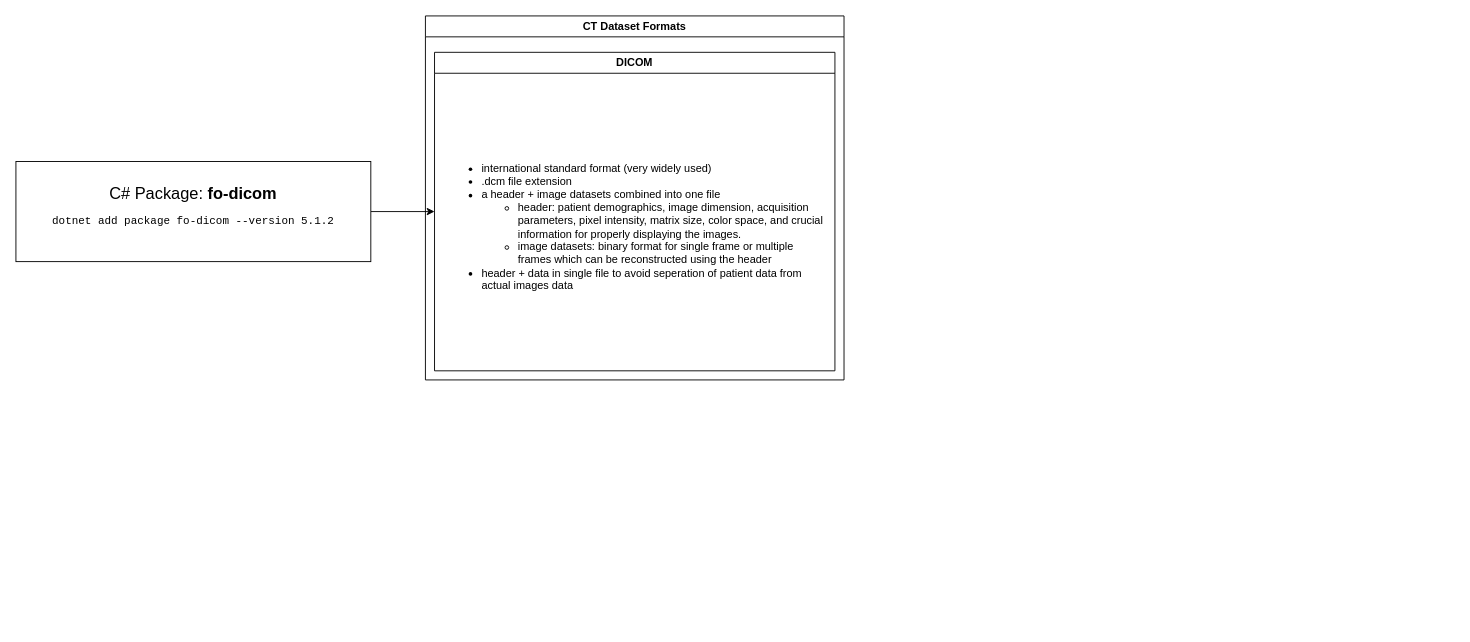
Before: importer.drawio in walcht/Unity-CTVisualizer, a draw.io diagram. Source tidied: cells renumbered, new cells numbered last; positions are measured from the earlier drawing's top-left corner, leaving out a move shared by most shapes. Both pictures are drawn from the tidied source at 91%, with x=0, y=0 at pixel (15, 15).
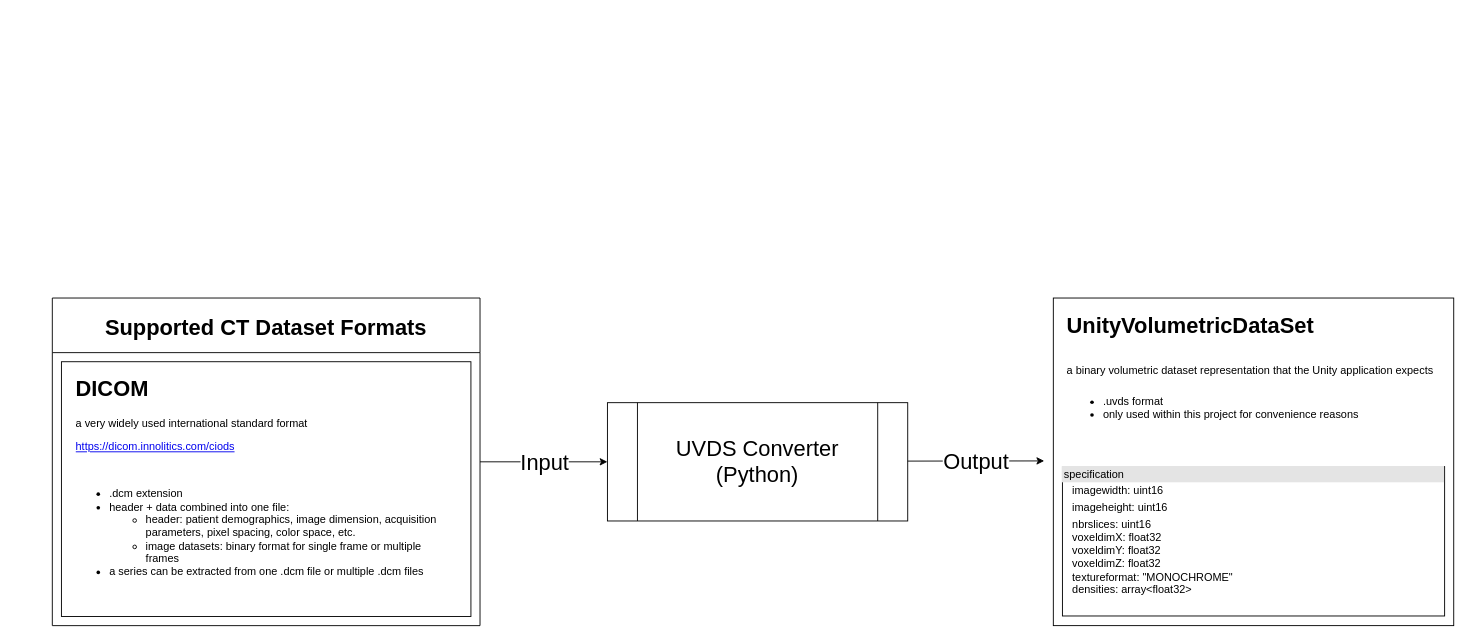
The same page after the edit.

Commit message (it also covers changes not shown here):
improve readme; imrove workflow docs;

The edit, as a diff of the source:
```diff
@@
 <mxGraphModel>
   <root>
     <mxCell id="0" />
     <mxCell id="1" parent="0" />
-    <mxCell id="2" value="CT Dataset Formats" style="swimlane;whiteSpace=wrap;html=1;" parent="1" vertex="1">
-      <mxGeometry x="450" width="460" height="400" as="geometry" />
-    </mxCell>
-    <mxCell id="3" value="DICOM" style="swimlane;whiteSpace=wrap;html=1;" parent="2" vertex="1">
-      <mxGeometry x="10" y="40" width="440" height="350" as="geometry" />
-    </mxCell>
+    <mxCell id="7" value="&lt;font style=&quot;font-size: 24px;&quot;&gt;UVDS Converter&lt;br&gt;(Python)&lt;br&gt;&lt;/font&gt;" style="shape=process;whiteSpace=wrap;html=1;backgroundOutline=1;" parent="1" vertex="1">
+      <mxGeometry x="650" y="425" width="330" height="130" as="geometry" />
+    </mxCell>
+    <mxCell id="8" value="Supported CT Dataset Formats" style="swimlane;fontSize=24;startSize=60;" parent="1" vertex="1">
+      <mxGeometry x="40" y="310" width="470" height="360" as="geometry" />
+    </mxCell>
+    <mxCell id="9" style="group;" parent="8" vertex="1">
+      <mxGeometry x="10" y="70" width="450" height="280" as="geometry" />
+    </mxCell>
+    <mxCell id="10" style="rounded=0;whiteSpace=wrap;html=1;" parent="9" vertex="1">
+      <mxGeometry width="450" height="280" as="geometry" />
+    </mxCell>
+    <mxCell id="11" value="&lt;h1&gt;DICOM&lt;/h1&gt;&lt;p&gt;a very widely used international standard format&lt;/p&gt;&lt;p&gt;&lt;a href=&quot;https://dicom.innolitics.com/ciods&quot;&gt;https://dicom.innolitics.com/ciods&lt;/a&gt;&lt;br&gt;&lt;/p&gt;" style="text;html=1;strokeColor=none;fillColor=none;spacing=5;spacingTop=-20;whiteSpace=wrap;overflow=hidden;rounded=0;" parent="9" vertex="1">
+      <mxGeometry x="10.7" y="9.7" width="417.9" height="96.6" as="geometry" />
+    </mxCell>
-    <mxCell id="4" value="&lt;div&gt;&amp;nbsp;&lt;/div&gt;&lt;ul&gt;&lt;li&gt;international standard format (very widely used)&lt;/li&gt;&lt;li&gt;.dcm file extension&lt;/li&gt;&lt;li&gt;a header + image datasets combined into one file&lt;br&gt;&lt;/li&gt;&lt;ul&gt;&lt;li&gt;header: patient demographics, image dimension, acquisition parameters, pixel intensity, matrix size, color space, and crucial information for properly displaying the images.&lt;/li&gt;&lt;li&gt;image datasets: binary format for single frame or multiple frames which can be reconstructed using the header&lt;/li&gt;&lt;/ul&gt;&lt;li&gt;header + data in single file to avoid seperation of patient data from actual images data&lt;/li&gt;&lt;/ul&gt;" style="text;strokeColor=none;fillColor=none;html=1;whiteSpace=wrap;verticalAlign=middle;overflow=hidden;" parent="3" vertex="1">
-      <mxGeometry x="10" y="30" width="420" height="310" as="geometry" />
+    <mxCell id="4" value="&lt;ul&gt;&lt;li&gt;.dcm extension&lt;/li&gt;&lt;li&gt;header + data combined into one file:&lt;br&gt;&lt;/li&gt;&lt;ul&gt;&lt;li&gt;header: patient demographics, image dimension, acquisition parameters, pixel spacing, color space, etc.&lt;/li&gt;&lt;li&gt;image datasets: binary format for single frame or multiple frames&lt;/li&gt;&lt;/ul&gt;&lt;li&gt;a series can be extracted from one .dcm file or multiple .dcm files&lt;/li&gt;&lt;/ul&gt;" style="text;strokeColor=none;fillColor=none;html=1;whiteSpace=wrap;verticalAlign=middle;overflow=hidden;align=left;" parent="9" vertex="1">
+      <mxGeometry x="10.7" y="106.2" width="407.1" height="164.1" as="geometry" />
     </mxCell>
-    <mxCell id="5" style="edgeStyle=none;html=1;entryX=0;entryY=0.5;entryDx=0;entryDy=0;fontSize=18;" parent="1" edge="1" source="6" target="3">
-      <mxGeometry relative="1" as="geometry" />
-    </mxCell>
-    <mxCell id="6" value="&lt;font style=&quot;font-size: 18px;&quot;&gt;&lt;font style=&quot;&quot;&gt;C# Package:&amp;nbsp;&lt;/font&gt;&lt;span style=&quot;background-color: initial;&quot;&gt;&lt;b&gt;fo-dicom&lt;/b&gt;&lt;br&gt;&lt;/span&gt;&lt;/font&gt;&lt;pre id=&quot;dotnet-cli-text&quot; class=&quot;install-script&quot;&gt;&lt;span class=&quot;install-command-row&quot;&gt;dotnet add package fo-dicom --version 5.1.2&lt;/span&gt;&lt;/pre&gt;" style="rounded=0;whiteSpace=wrap;html=1;" parent="1" vertex="1">
-      <mxGeometry y="160" width="390" height="110" as="geometry" />
-    </mxCell>
+    <mxCell id="12" style="endArrow=classic;html=1;fontSize=24;entryX=0;entryY=0.5;entryDx=0;entryDy=0;" parent="1" edge="1" target="7">
+      <mxGeometry relative="1" as="geometry">
+        <mxPoint x="510" y="490" as="sourcePoint" />
+      </mxGeometry>
+    </mxCell>
+    <mxCell id="13" value="Input" style="edgeLabel;html=1;align=center;verticalAlign=middle;fontSize=24;" parent="12" vertex="1">
+      <mxGeometry relative="1" as="geometry" />
+    </mxCell>
+    <mxCell id="14" style="endArrow=classic;html=1;fontSize=24;" parent="1" edge="1">
+      <mxGeometry relative="1" as="geometry">
+        <mxPoint x="980" y="489.2" as="sourcePoint" />
+        <mxPoint x="1130" y="489" as="targetPoint" />
+      </mxGeometry>
+    </mxCell>
+    <mxCell id="15" value="Output" style="edgeLabel;html=1;align=center;verticalAlign=middle;fontSize=24;" parent="14" vertex="1">
+      <mxGeometry relative="1" as="geometry" />
+    </mxCell>
+    <mxCell id="16" style="group;" parent="1" vertex="1">
+      <mxGeometry x="1140" y="310" width="440" height="360" as="geometry" />
+    </mxCell>
+    <mxCell id="17" style="rounded=0;whiteSpace=wrap;html=1;fontSize=24;" parent="16" vertex="1">
+      <mxGeometry width="440" height="360" as="geometry" />
+    </mxCell>
+    <mxCell id="18" value="&lt;h1&gt;&lt;span style=&quot;background-color: initial;&quot;&gt;UnityVolumetricDataSet&lt;/span&gt;&lt;/h1&gt;&lt;h1&gt;&lt;span style=&quot;font-size: 12px; font-weight: 400;&quot;&gt;a binary volumetric dataset representation that the Unity application expects&lt;/span&gt;&lt;/h1&gt;&lt;div&gt;&lt;ul&gt;&lt;li&gt;&lt;span style=&quot;font-size: 12px; font-weight: 400;&quot;&gt;.uvds format&lt;/span&gt;&lt;/li&gt;&lt;li&gt;&lt;span style=&quot;font-size: 12px; font-weight: 400;&quot;&gt;only used within this project for convenience reasons&lt;/span&gt;&lt;/li&gt;&lt;/ul&gt;&lt;/div&gt;" style="text;html=1;strokeColor=none;fillColor=none;spacing=5;spacingTop=-20;whiteSpace=wrap;overflow=hidden;rounded=0;fontSize=12;" parent="16" vertex="1">
+      <mxGeometry x="10" y="10.6" width="420" height="159.4" as="geometry" />
+    </mxCell>
+    <mxCell id="19" value="&lt;div style=&quot;box-sizing:border-box;width:100%;background:#e4e4e4;padding:2px;&quot;&gt;specification&lt;/div&gt;&lt;table style=&quot;width:100%;font-size:1em;&quot; cellpadding=&quot;2&quot; cellspacing=&quot;0&quot;&gt;&lt;tbody&gt;&lt;tr&gt;&lt;td&gt;&lt;br&gt;&lt;/td&gt;&lt;td&gt;imagewidth: uint16&lt;/td&gt;&lt;/tr&gt;&lt;tr&gt;&lt;td&gt;&lt;br&gt;&lt;/td&gt;&lt;td&gt;imageheight: uint16&lt;/td&gt;&lt;/tr&gt;&lt;tr&gt;&lt;td&gt;&lt;/td&gt;&lt;td&gt;nbrslices: uint16&lt;br&gt;voxeldimX: float32&lt;br&gt;voxeldimY: float32&lt;br&gt;voxeldimZ: float32&lt;br&gt;textureformat: &quot;MONOCHROME&quot;&lt;br&gt;densities: array&amp;lt;float32&amp;gt;&lt;/td&gt;&lt;/tr&gt;&lt;/tbody&gt;&lt;/table&gt;" style="verticalAlign=top;align=left;overflow=fill;html=1;fontSize=12;" parent="16" vertex="1">
+      <mxGeometry x="10" y="185.3" width="420" height="164.1" as="geometry" />
+    </mxCell>
   </root>
 </mxGraphModel>
```
